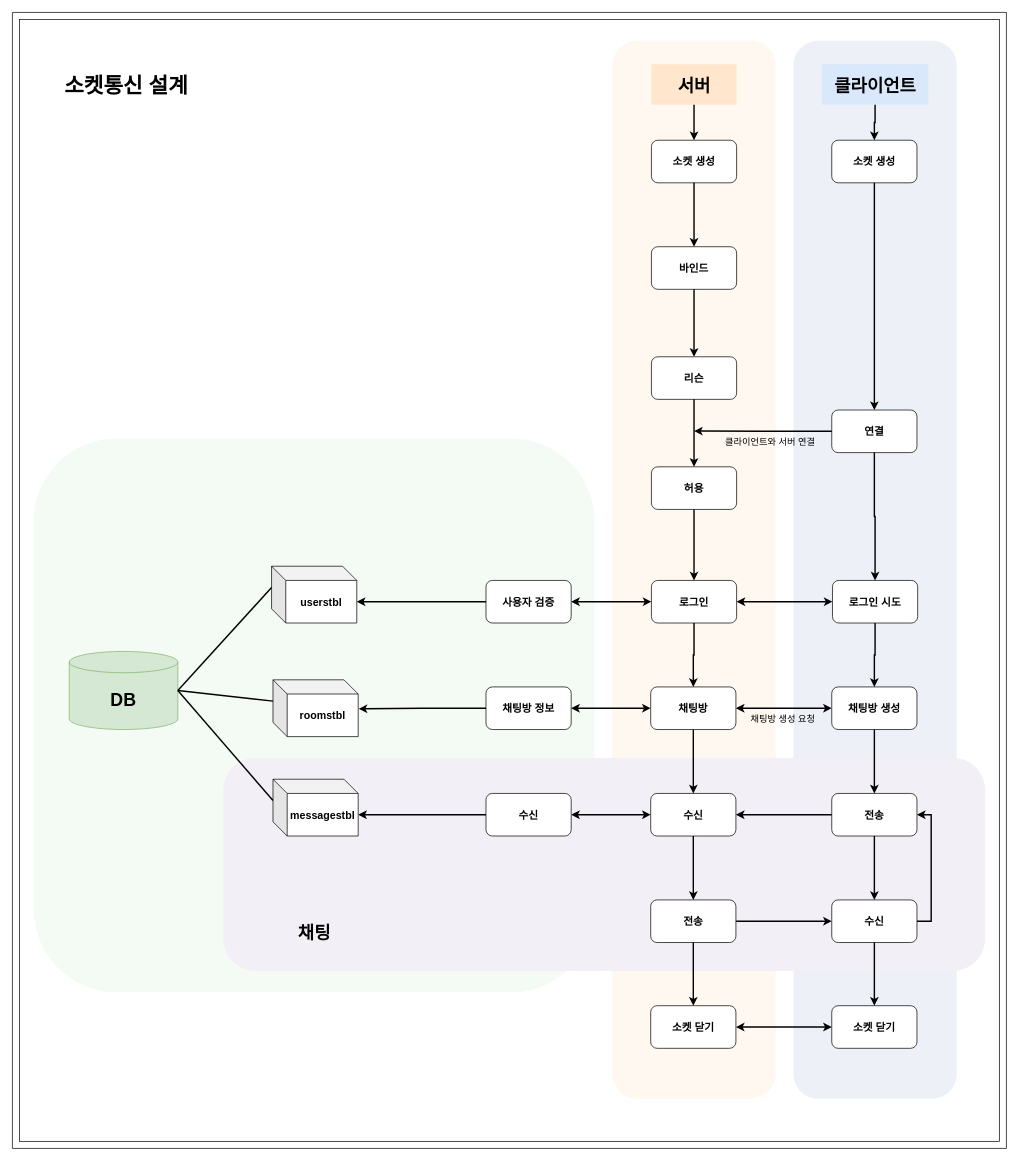
Earlier version of the draw.io diagram 제목 없는 다이어그램.drawio (Hyunmin-Kwak-hub/neighbor21). Source tidied: cells renumbered, new cells numbered last; positions are measured from the earlier drawing's top-left corner, leaving out a move shared by most shapes. Both pictures are drawn from the tidied source at 71%, with x=0, y=0 at pixel (12, 12).
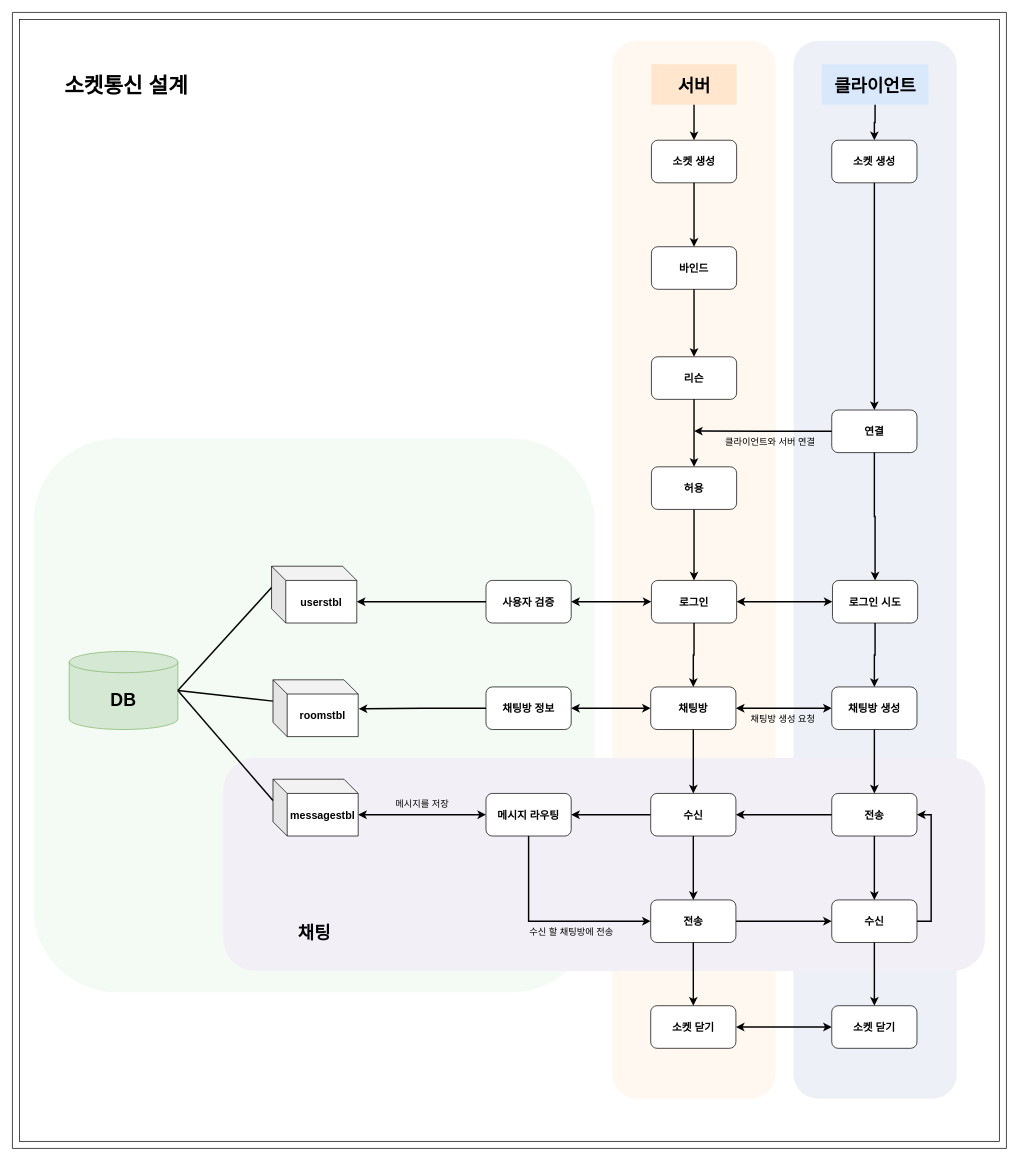
The same page after the edit.

Commit message (it also covers changes not shown here):
제목 없는 다이어그램.drawio 업데이트

The change refers to these unchanged cells:
```xml
<mxCell id="2" style="swimlane;startSize=0;fontSize=25;" parent="1" vertex="1">
  <mxGeometry width="1400" height="1600" as="geometry" />
</mxCell>
<mxCell id="28" value="messagestbl" style="shape=cube;whiteSpace=wrap;html=1;boundedLbl=1;backgroundOutline=1;darkOpacity=0.05;darkOpacity2=0.1;fontStyle=1;fontSize=15;" parent="2" vertex="1">
  <mxGeometry x="367" y="1080" width="120" height="80" as="geometry" />
</mxCell>
<mxCell id="31" value="수신" style="rounded=1;whiteSpace=wrap;html=1;fontStyle=1;fontSize=15;strokeColor=default;" parent="2" vertex="1">
  <mxGeometry x="899" y="1100" width="120" height="60" as="geometry" />
</mxCell>
<mxCell id="32" value="전송" style="rounded=1;whiteSpace=wrap;html=1;fontStyle=1;fontSize=15;strokeColor=default;" parent="2" vertex="1">
  <mxGeometry x="899" y="1250" width="120" height="60" as="geometry" />
</mxCell>
```

Diff of the diagram source:
```diff
@@
+    <mxCell id="71" style="edgeStyle=orthogonalEdgeStyle;rounded=0;jettySize=auto;html=1;exitX=0.5;exitY=1;exitDx=0;exitDy=0;entryX=0;entryY=0.5;entryDx=0;entryDy=0;strokeWidth=2;" parent="2" edge="1" source="27" target="32">
+      <mxGeometry relative="1" as="geometry" />
+    </mxCell>
-    <mxCell id="27" value="수신" style="rounded=1;whiteSpace=wrap;html=1;fontStyle=1;fontSize=15;strokeColor=default;" parent="2" vertex="1">
+    <mxCell id="27" value="메시지 라우팅" style="rounded=1;whiteSpace=wrap;html=1;fontStyle=1;fontSize=15;strokeColor=default;" parent="2" vertex="1">
       <mxGeometry x="667" y="1100" width="120" height="60" as="geometry" />
     </mxCell>
@@
+    <mxCell id="72" style="edgeStyle=orthogonalEdgeStyle;rounded=0;jettySize=auto;html=1;exitX=0;exitY=0.5;exitDx=0;exitDy=0;entryX=1;entryY=0.5;entryDx=0;entryDy=0;strokeWidth=2;" parent="2" edge="1" source="31" target="27">
+      <mxGeometry relative="1" as="geometry" />
+    </mxCell>
@@
-    <mxCell id="57" style="edgeStyle=orthogonalEdgeStyle;rounded=0;jettySize=auto;html=1;exitX=0;exitY=0.5;exitDx=0;exitDy=0;entryX=0;entryY=0;entryDx=120.00000000000001;entryDy=50;entryPerimeter=0;fontStyle=0;fontSize=15;strokeWidth=2;" parent="2" edge="1" source="27" target="28">
-      <mxGeometry relative="1" as="geometry" />
-    </mxCell>
@@
-    <mxCell id="61" style="endArrow=classic;startArrow=classic;html=1;rounded=0;entryX=0;entryY=0.5;entryDx=0;entryDy=0;exitX=1;exitY=0.5;exitDx=0;exitDy=0;fontStyle=0;fontSize=15;strokeWidth=2;" parent="2" edge="1" source="27" target="31">
-      <mxGeometry relative="1" as="geometry" />
-    </mxCell>
@@
+    <mxCell id="73" style="endArrow=classic;startArrow=classic;html=1;rounded=0;entryX=0;entryY=0.5;entryDx=0;entryDy=0;exitX=0;exitY=0;exitDx=120;exitDy=50;exitPerimeter=0;strokeWidth=2;" parent="2" edge="1" source="28" target="27">
+      <mxGeometry relative="1" as="geometry" />
+    </mxCell>
+    <mxCell id="74" value="메시지를 저장" style="text;html=1;align=center;verticalAlign=middle;strokeColor=none;fillColor=none;fontSize=13;" parent="2" vertex="1">
+      <mxGeometry x="522" y="1100" width="110" height="30" as="geometry" />
+    </mxCell>
+    <mxCell id="75" value="수신 할 채팅방에 전송" style="text;html=1;align=center;verticalAlign=middle;strokeColor=none;fillColor=none;fontSize=13;" parent="2" vertex="1">
+      <mxGeometry x="712" y="1280" width="150" height="30" as="geometry" />
+    </mxCell>
```
